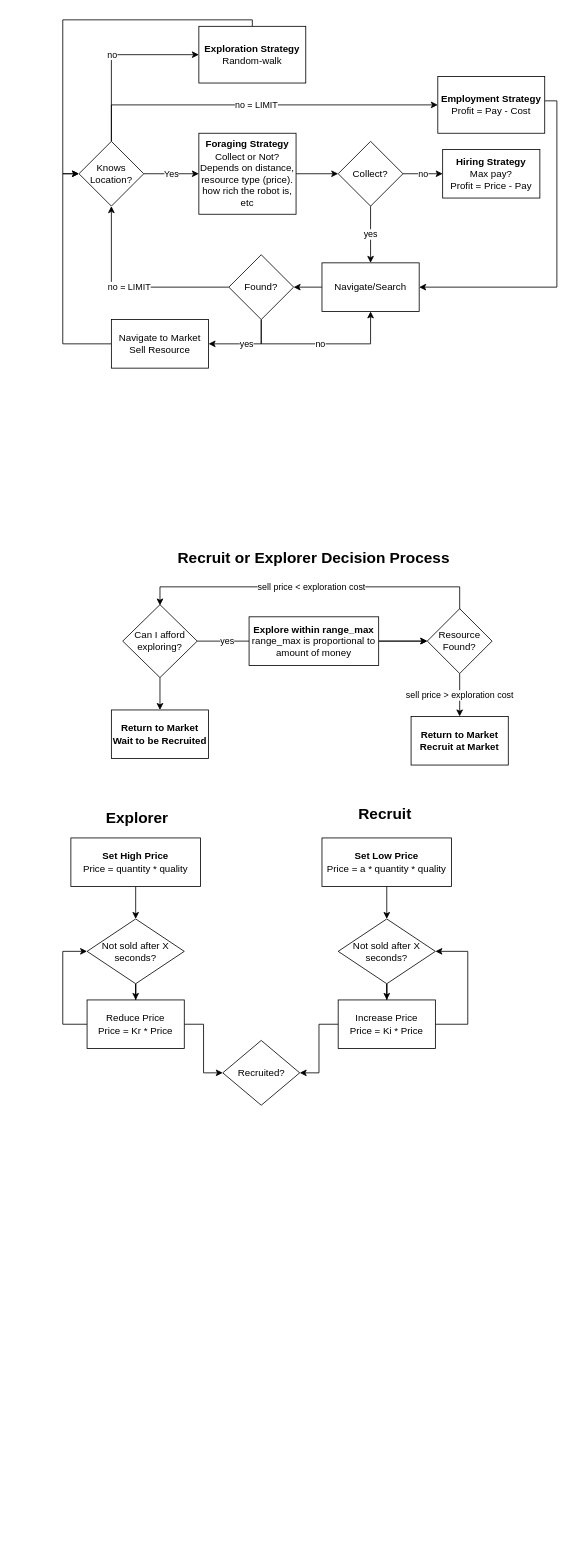
Before: MarketForaging/Copy of Untitled Diagram.drawio in teksander/geth-argos, a draw.io diagram. Source tidied: cells renumbered, new cells numbered last; positions are measured from the earlier drawing's top-left corner, leaving out a move shared by most shapes. Both pictures are drawn from the tidied source at 81%, with x=0, y=0 at pixel (40, 19).
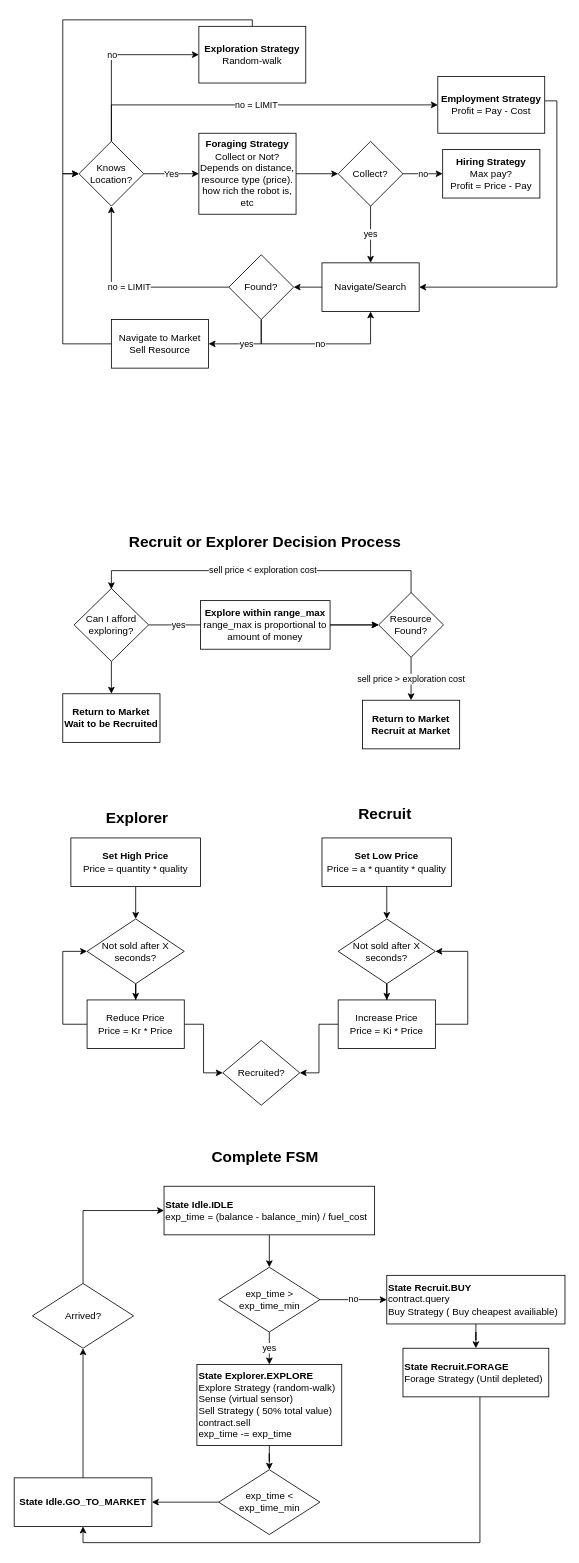
After the change.

Diff of the diagram source:
```diff
@@
     <mxCell id="24" value="yes" style="edgeStyle=orthogonalEdgeStyle;rounded=0;jettySize=auto;html=1;" parent="1" edge="1" source="26">
       <mxGeometry relative="1" as="geometry">
-        <mxPoint x="268" y="767" as="targetPoint" />
+        <mxPoint x="208" y="747" as="targetPoint" />
       </mxGeometry>
     </mxCell>
@@
     <mxCell id="26" value="Can I afford exploring?" style="rhombus;whiteSpace=wrap;html=1;" parent="1" vertex="1">
-      <mxGeometry x="102" y="722" width="92" height="90" as="geometry" />
+      <mxGeometry x="42" y="702" width="92" height="90" as="geometry" />
     </mxCell>
@@
     <mxCell id="29" value="&lt;b&gt;Explore within range_max&lt;/b&gt;&lt;br&gt;range_max is proportional to amount of money" style="rounded=0;whiteSpace=wrap;html=1;" parent="1" vertex="1">
-      <mxGeometry x="258" y="737" width="160" height="60" as="geometry" />
+      <mxGeometry x="198" y="717" width="160" height="60" as="geometry" />
     </mxCell>
@@
     <mxCell id="31" value="sell price &amp;lt; exploration cost" style="edgeStyle=orthogonalEdgeStyle;rounded=0;orthogonalLoop=1;jettySize=auto;html=1;entryX=0.5;entryY=0;entryDx=0;entryDy=0;" parent="1" edge="1">
       <mxGeometry relative="1" as="geometry">
-        <mxPoint x="518" y="728" as="sourcePoint" />
-        <mxPoint x="148" y="723" as="targetPoint" />
+        <mxPoint x="458" y="708" as="sourcePoint" />
+        <mxPoint x="88" y="703" as="targetPoint" />
         <Array as="points">
-          <mxPoint x="518" y="700" />
-          <mxPoint x="148" y="700" />
+          <mxPoint x="458" y="680" />
+          <mxPoint x="88" y="680" />
         </Array>
       </mxGeometry>
     </mxCell>
     <mxCell id="32" value="Resource Found?" style="rhombus;whiteSpace=wrap;html=1;" parent="1" vertex="1">
-      <mxGeometry x="478" y="727" width="80" height="80" as="geometry" />
+      <mxGeometry x="418" y="707" width="80" height="80" as="geometry" />
     </mxCell>
     <mxCell id="33" value="Return to Market&lt;br&gt;Recruit at Market" style="whiteSpace=wrap;html=1;fontStyle=1;" parent="1" vertex="1">
-      <mxGeometry x="458" y="860" width="120" height="60" as="geometry" />
+      <mxGeometry x="398" y="840" width="120" height="60" as="geometry" />
     </mxCell>
     <mxCell id="34" value="Return to Market&lt;br&gt;Wait to be Recruited" style="whiteSpace=wrap;html=1;fontStyle=1;" parent="1" vertex="1">
-      <mxGeometry x="88" y="852" width="120" height="60" as="geometry" />
+      <mxGeometry x="28" y="832" width="120" height="60" as="geometry" />
     </mxCell>
     <mxCell id="35" value="&lt;font style=&quot;font-size: 19px&quot;&gt;Recruit or Explorer Decision Process&lt;/font&gt;" style="text;html=1;strokeColor=none;fillColor=none;align=center;verticalAlign=middle;whiteSpace=wrap;rounded=0;fontStyle=1;" parent="1" vertex="1">
-      <mxGeometry x="153" y="650" width="370" height="30" as="geometry" />
+      <mxGeometry x="93" y="630" width="370" height="30" as="geometry" />
     </mxCell>
@@
+    <mxCell id="53" value="&lt;font style=&quot;font-size: 19px&quot;&gt;Complete FSM&lt;/font&gt;" style="text;html=1;strokeColor=none;fillColor=none;align=center;verticalAlign=middle;whiteSpace=wrap;rounded=0;fontStyle=1;" parent="1" vertex="1">
+      <mxGeometry x="93" y="1390" width="370" height="30" as="geometry" />
+    </mxCell>
+    <mxCell id="54" style="edgeStyle=orthogonalEdgeStyle;rounded=0;jettySize=auto;html=1;" parent="1" edge="1" source="55" target="58">
+      <mxGeometry relative="1" as="geometry" />
+    </mxCell>
+    <mxCell id="55" value="&lt;b&gt;State Idle.IDLE&lt;br&gt;&lt;/b&gt;exp_time = (balance - balance_min) / fuel_cost&lt;b&gt;&lt;br&gt;&lt;/b&gt;" style="rounded=0;whiteSpace=wrap;html=1;align=left;" parent="1" vertex="1">
+      <mxGeometry x="153" y="1440" width="260" height="60" as="geometry" />
+    </mxCell>
+    <mxCell id="56" value="yes" style="edgeStyle=orthogonalEdgeStyle;rounded=0;jettySize=auto;html=1;" parent="1" edge="1" source="58" target="60">
+      <mxGeometry relative="1" as="geometry" />
+    </mxCell>
+    <mxCell id="57" value="no" style="edgeStyle=orthogonalEdgeStyle;rounded=0;jettySize=auto;html=1;" parent="1" edge="1" source="58" target="62">
+      <mxGeometry relative="1" as="geometry" />
+    </mxCell>
+    <mxCell id="58" value="exp_time &amp;gt; exp_time_min" style="rhombus;whiteSpace=wrap;html=1;rounded=0;" parent="1" vertex="1">
+      <mxGeometry x="220.5" y="1540" width="125" height="80" as="geometry" />
+    </mxCell>
+    <mxCell id="59" style="edgeStyle=orthogonalEdgeStyle;rounded=0;jettySize=auto;html=1;" parent="1" edge="1" source="60" target="64">
+      <mxGeometry relative="1" as="geometry" />
+    </mxCell>
+    <mxCell id="60" value="&lt;b&gt;State Explorer.EXPLORE&lt;/b&gt;&lt;br&gt;Explore Strategy (random-walk)&lt;br&gt;Sense (virtual sensor)&lt;br&gt;Sell Strategy ( 50% total value)&lt;br&gt;contract.sell&lt;br&gt;exp_time -= exp_time" style="whiteSpace=wrap;html=1;rounded=0;align=left;" parent="1" vertex="1">
+      <mxGeometry x="193.6" y="1660" width="178.8" height="100" as="geometry" />
+    </mxCell>
+    <mxCell id="61" style="edgeStyle=orthogonalEdgeStyle;rounded=0;jettySize=auto;html=1;" parent="1" edge="1" source="62" target="70">
+      <mxGeometry relative="1" as="geometry" />
+    </mxCell>
+    <mxCell id="62" value="State Recruit.BUY&lt;br&gt;&lt;span style=&quot;font-weight: normal&quot;&gt;contract.query&lt;/span&gt;&lt;br&gt;&lt;span style=&quot;font-weight: normal&quot;&gt;Buy Strategy ( Buy cheapest availiable)&lt;/span&gt;" style="whiteSpace=wrap;html=1;rounded=0;fontStyle=1;align=left;" parent="1" vertex="1">
+      <mxGeometry x="428" y="1550" width="220" height="60" as="geometry" />
+    </mxCell>
+    <mxCell id="63" style="edgeStyle=orthogonalEdgeStyle;rounded=0;jettySize=auto;html=1;" parent="1" edge="1" source="64" target="66">
+      <mxGeometry relative="1" as="geometry" />
+    </mxCell>
+    <mxCell id="64" value="exp_time &amp;lt; exp_time_min" style="rhombus;whiteSpace=wrap;html=1;rounded=0;" parent="1" vertex="1">
+      <mxGeometry x="220.5" y="1790" width="125" height="80" as="geometry" />
+    </mxCell>
+    <mxCell id="65" style="edgeStyle=orthogonalEdgeStyle;rounded=0;jettySize=auto;html=1;entryX=0.5;entryY=1;entryDx=0;entryDy=0;" parent="1" edge="1" source="66" target="68">
+      <mxGeometry relative="1" as="geometry" />
+    </mxCell>
+    <mxCell id="66" value="State Idle.GO_TO_MARKET" style="whiteSpace=wrap;html=1;rounded=0;fontStyle=1;" parent="1" vertex="1">
+      <mxGeometry x="-32" y="1800" width="170" height="60" as="geometry" />
+    </mxCell>
+    <mxCell id="67" style="edgeStyle=orthogonalEdgeStyle;rounded=0;jettySize=auto;html=1;entryX=0;entryY=0.5;entryDx=0;entryDy=0;" parent="1" edge="1" source="68" target="55">
+      <mxGeometry relative="1" as="geometry">
+        <Array as="points">
+          <mxPoint x="53" y="1470" />
+        </Array>
+      </mxGeometry>
+    </mxCell>
+    <mxCell id="68" value="Arrived?" style="rhombus;whiteSpace=wrap;html=1;rounded=0;" parent="1" vertex="1">
+      <mxGeometry x="-9.5" y="1560" width="125" height="80" as="geometry" />
+    </mxCell>
+    <mxCell id="69" style="edgeStyle=orthogonalEdgeStyle;rounded=0;jettySize=auto;html=1;entryX=0.5;entryY=1;entryDx=0;entryDy=0;" parent="1" edge="1" source="70" target="66">
+      <mxGeometry relative="1" as="geometry">
+        <Array as="points">
+          <mxPoint x="543" y="1880" />
+          <mxPoint x="53" y="1880" />
+        </Array>
+      </mxGeometry>
+    </mxCell>
+    <mxCell id="70" value="State Recruit.FORAGE&lt;br&gt;&lt;span style=&quot;font-weight: 400&quot;&gt;Forage Strategy (Until&amp;nbsp;depleted)&lt;/span&gt;" style="whiteSpace=wrap;html=1;rounded=0;fontStyle=1;align=left;" parent="1" vertex="1">
+      <mxGeometry x="448" y="1640" width="180" height="60" as="geometry" />
+    </mxCell>
```
